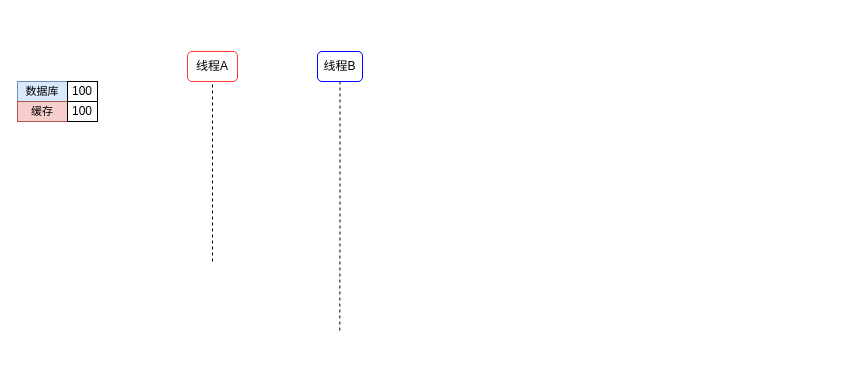
This is src/Java/Redis/未命名绘图.drawio from SihangXie/diagrams-app, a draw.io file, before an edit. Source tidied: cells renumbered, new cells numbered last; positions are measured from the earlier drawing's top-left corner, leaving out a move shared by most shapes. Both pictures are drawn from the tidied source at 100%, with x=0, y=0 at pixel (17, 51).
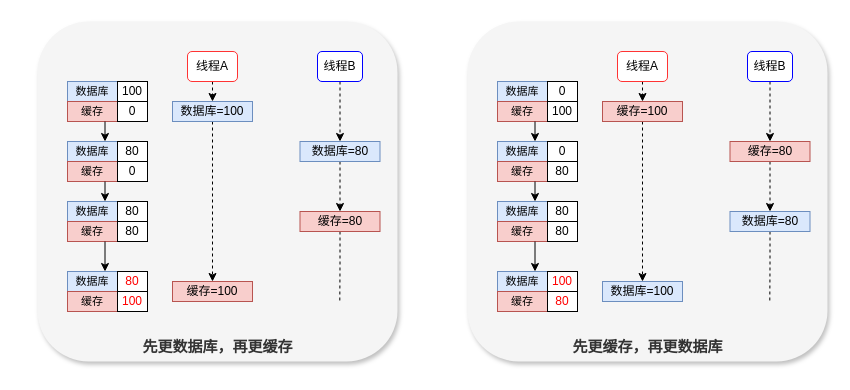
Above is the later version.

Commit message (it also covers changes not shown here):
更新未命名绘图.drawio

Unchanged cells that the change refers to:
```xml
<mxCell id="2" value="线程A" style="rounded=1;whiteSpace=wrap;html=1;strokeColor=#FF3333;" parent="1" vertex="1">
  <mxGeometry x="170" width="50" height="30" as="geometry" />
</mxCell>
<mxCell id="4" value="线程B" style="rounded=1;whiteSpace=wrap;html=1;strokeColor=#0000FF;" parent="1" vertex="1">
  <mxGeometry x="300" width="45" height="30" as="geometry" />
</mxCell>
<mxCell id="10" style="group;" parent="6" vertex="1">
  <mxGeometry y="20" width="80" height="20" as="geometry" />
</mxCell>
<mxCell id="12" value="&lt;font style=&quot;font-size: 11px;&quot;&gt;缓存&lt;/font&gt;" style="rounded=0;whiteSpace=wrap;html=1;fillColor=#f8cecc;strokeColor=#b85450;" parent="10" vertex="1">
  <mxGeometry width="50" height="20" as="geometry" />
</mxCell>
```

Change to the diagram source:
```diff
@@
+    <mxCell id="14" style="rounded=1;whiteSpace=wrap;html=1;fillColor=#f5f5f5;fontColor=#333333;strokeColor=none;shadow=1;" parent="1" vertex="1">
+      <mxGeometry x="20" y="-30" width="360" height="340" as="geometry" />
+    </mxCell>
+    <mxCell id="15" style="edgeStyle=orthogonalEdgeStyle;rounded=0;jettySize=auto;html=1;exitX=0.5;exitY=1;exitDx=0;exitDy=0;entryX=0.5;entryY=0;entryDx=0;entryDy=0;dashed=1;" parent="1" edge="1" source="2" target="18">
+      <mxGeometry relative="1" as="geometry" />
+    </mxCell>
@@
-    <mxCell id="3" style="edgeStyle=orthogonalEdgeStyle;rounded=0;jettySize=auto;html=1;exitX=0.5;exitY=1;exitDx=0;exitDy=0;endArrow=none;endFill=0;dashed=1;" parent="1" edge="1" source="4">
-      <mxGeometry relative="1" as="geometry">
-        <mxPoint x="322.3" y="280" as="targetPoint" />
-      </mxGeometry>
-    </mxCell>
+    <mxCell id="16" style="edgeStyle=orthogonalEdgeStyle;rounded=0;jettySize=auto;html=1;exitX=0.5;exitY=1;exitDx=0;exitDy=0;entryX=0.5;entryY=0;entryDx=0;entryDy=0;dashed=1;" parent="1" edge="1" source="4" target="21">
+      <mxGeometry relative="1" as="geometry" />
+    </mxCell>
@@
-    <mxCell id="5" style="endArrow=none;dashed=1;html=1;rounded=0;entryX=0.5;entryY=1;entryDx=0;entryDy=0;" parent="1" edge="1" target="2">
-      <mxGeometry relative="1" as="geometry">
-        <mxPoint x="195" y="210" as="sourcePoint" />
-      </mxGeometry>
-    </mxCell>
     <mxCell id="6" style="group;" parent="1" vertex="1">
-      <mxGeometry y="30" width="80" height="40" as="geometry" />
+      <mxGeometry x="50" y="30" width="80" height="40" as="geometry" />
     </mxCell>
@@
-    <mxCell id="13" value="100" style="rounded=0;whiteSpace=wrap;html=1;" parent="10" vertex="1">
+    <mxCell id="13" value="0" style="rounded=0;whiteSpace=wrap;html=1;" parent="10" vertex="1">
       <mxGeometry x="50" width="30" height="20" as="geometry" />
     </mxCell>
+    <mxCell id="17" style="edgeStyle=orthogonalEdgeStyle;rounded=0;jettySize=auto;html=1;exitX=0.5;exitY=1;exitDx=0;exitDy=0;entryX=0.5;entryY=0;entryDx=0;entryDy=0;dashed=1;" parent="1" edge="1" source="18" target="19">
+      <mxGeometry relative="1" as="geometry" />
+    </mxCell>
+    <mxCell id="18" value="数据库=100" style="rounded=0;whiteSpace=wrap;html=1;fillColor=#dae8fc;strokeColor=#6c8ebf;" parent="1" vertex="1">
+      <mxGeometry x="155" y="50" width="80" height="20" as="geometry" />
+    </mxCell>
+    <mxCell id="19" value="缓存=100" style="rounded=0;whiteSpace=wrap;html=1;fillColor=#f8cecc;strokeColor=#b85450;" parent="1" vertex="1">
+      <mxGeometry x="155" y="230" width="80" height="20" as="geometry" />
+    </mxCell>
+    <mxCell id="20" style="edgeStyle=orthogonalEdgeStyle;rounded=0;jettySize=auto;html=1;exitX=0.5;exitY=1;exitDx=0;exitDy=0;entryX=0.5;entryY=0;entryDx=0;entryDy=0;dashed=1;" parent="1" edge="1" source="21" target="23">
+      <mxGeometry relative="1" as="geometry" />
+    </mxCell>
+    <mxCell id="21" value="数据库=80" style="rounded=0;whiteSpace=wrap;html=1;fillColor=#dae8fc;strokeColor=#6c8ebf;" parent="1" vertex="1">
+      <mxGeometry x="282.5" y="90" width="80" height="20" as="geometry" />
+    </mxCell>
+    <mxCell id="22" style="edgeStyle=orthogonalEdgeStyle;rounded=0;jettySize=auto;html=1;exitX=0.5;exitY=1;exitDx=0;exitDy=0;dashed=1;endArrow=none;endFill=0;" parent="1" edge="1" source="23">
+      <mxGeometry relative="1" as="geometry">
+        <mxPoint x="322.3" y="250" as="targetPoint" />
+      </mxGeometry>
+    </mxCell>
+    <mxCell id="23" value="缓存=80" style="rounded=0;whiteSpace=wrap;html=1;fillColor=#f8cecc;strokeColor=#b85450;" parent="1" vertex="1">
+      <mxGeometry x="282.5" y="160" width="80" height="20" as="geometry" />
+    </mxCell>
+    <mxCell id="24" style="group;" parent="1" vertex="1">
+      <mxGeometry x="50" y="90" width="80" height="40" as="geometry" />
+    </mxCell>
+    <mxCell id="25" style="group;" parent="24" vertex="1">
+      <mxGeometry width="80" height="20" as="geometry" />
+    </mxCell>
+    <mxCell id="26" value="&lt;font style=&quot;font-size: 11px;&quot;&gt;数据库&lt;/font&gt;" style="rounded=0;whiteSpace=wrap;html=1;fillColor=#dae8fc;strokeColor=#6c8ebf;" parent="25" vertex="1">
+      <mxGeometry width="50" height="20" as="geometry" />
+    </mxCell>
+    <mxCell id="27" value="80" style="rounded=0;whiteSpace=wrap;html=1;" parent="25" vertex="1">
+      <mxGeometry x="50" width="30" height="20" as="geometry" />
+    </mxCell>
+    <mxCell id="28" style="group;" parent="24" vertex="1">
+      <mxGeometry y="20" width="80" height="20" as="geometry" />
+    </mxCell>
+    <mxCell id="29" style="group;fillColor=#f8cecc;strokeColor=#b85450;" parent="28" vertex="1">
+      <mxGeometry width="80" height="20" as="geometry" />
+    </mxCell>
+    <mxCell id="30" value="&lt;font style=&quot;font-size: 11px;&quot;&gt;缓存&lt;/font&gt;" style="rounded=0;whiteSpace=wrap;html=1;fillColor=#f8cecc;strokeColor=#b85450;" parent="28" vertex="1">
+      <mxGeometry width="50" height="20" as="geometry" />
+    </mxCell>
+    <mxCell id="31" value="0" style="rounded=0;whiteSpace=wrap;html=1;" parent="28" vertex="1">
+      <mxGeometry x="50" width="30" height="20" as="geometry" />
+    </mxCell>
+    <mxCell id="32" style="group;" parent="1" vertex="1">
+      <mxGeometry x="50" y="150" width="80" height="40" as="geometry" />
+    </mxCell>
+    <mxCell id="33" style="group;" parent="32" vertex="1">
+      <mxGeometry width="80" height="20" as="geometry" />
+    </mxCell>
+    <mxCell id="34" value="&lt;font style=&quot;font-size: 11px;&quot;&gt;数据库&lt;/font&gt;" style="rounded=0;whiteSpace=wrap;html=1;fillColor=#dae8fc;strokeColor=#6c8ebf;" parent="33" vertex="1">
+      <mxGeometry width="50" height="20" as="geometry" />
+    </mxCell>
+    <mxCell id="35" value="80" style="rounded=0;whiteSpace=wrap;html=1;" parent="33" vertex="1">
+      <mxGeometry x="50" width="30" height="20" as="geometry" />
+    </mxCell>
+    <mxCell id="36" style="group;" parent="32" vertex="1">
+      <mxGeometry y="20" width="80" height="20" as="geometry" />
+    </mxCell>
+    <mxCell id="37" style="group;fillColor=#f8cecc;strokeColor=#b85450;" parent="36" vertex="1">
+      <mxGeometry width="80" height="20" as="geometry" />
+    </mxCell>
+    <mxCell id="38" value="&lt;font style=&quot;font-size: 11px;&quot;&gt;缓存&lt;/font&gt;" style="rounded=0;whiteSpace=wrap;html=1;fillColor=#f8cecc;strokeColor=#b85450;" parent="36" vertex="1">
+      <mxGeometry width="50" height="20" as="geometry" />
+    </mxCell>
+    <mxCell id="39" value="80" style="rounded=0;whiteSpace=wrap;html=1;" parent="36" vertex="1">
+      <mxGeometry x="50" width="30" height="20" as="geometry" />
+    </mxCell>
+    <mxCell id="40" style="group;" parent="1" vertex="1">
+      <mxGeometry x="50" y="220" width="80" height="40" as="geometry" />
+    </mxCell>
+    <mxCell id="41" style="group;" parent="40" vertex="1">
+      <mxGeometry width="80" height="20" as="geometry" />
+    </mxCell>
+    <mxCell id="42" value="&lt;font style=&quot;font-size: 11px;&quot;&gt;数据库&lt;/font&gt;" style="rounded=0;whiteSpace=wrap;html=1;fillColor=#dae8fc;strokeColor=#6c8ebf;" parent="41" vertex="1">
+      <mxGeometry width="50" height="20" as="geometry" />
+    </mxCell>
+    <mxCell id="43" value="&lt;font color=&quot;#ff0000&quot;&gt;80&lt;/font&gt;" style="rounded=0;whiteSpace=wrap;html=1;" parent="41" vertex="1">
+      <mxGeometry x="50" width="30" height="20" as="geometry" />
+    </mxCell>
+    <mxCell id="44" style="group;" parent="40" vertex="1">
+      <mxGeometry y="20" width="80" height="20" as="geometry" />
+    </mxCell>
+    <mxCell id="45" style="group;fillColor=#f8cecc;strokeColor=#b85450;" parent="44" vertex="1">
+      <mxGeometry width="80" height="20" as="geometry" />
+    </mxCell>
+    <mxCell id="46" value="&lt;font style=&quot;font-size: 11px;&quot;&gt;缓存&lt;/font&gt;" style="rounded=0;whiteSpace=wrap;html=1;fillColor=#f8cecc;strokeColor=#b85450;" parent="44" vertex="1">
+      <mxGeometry width="50" height="20" as="geometry" />
+    </mxCell>
+    <mxCell id="47" value="&lt;font color=&quot;#ff0000&quot;&gt;100&lt;/font&gt;" style="rounded=0;whiteSpace=wrap;html=1;" parent="44" vertex="1">
+      <mxGeometry x="50" width="30" height="20" as="geometry" />
+    </mxCell>
+    <mxCell id="48" style="edgeStyle=orthogonalEdgeStyle;rounded=0;jettySize=auto;html=1;exitX=0.75;exitY=1;exitDx=0;exitDy=0;entryX=0.75;entryY=0;entryDx=0;entryDy=0;" parent="1" edge="1" source="12" target="26">
+      <mxGeometry relative="1" as="geometry" />
+    </mxCell>
+    <mxCell id="49" style="edgeStyle=orthogonalEdgeStyle;rounded=0;jettySize=auto;html=1;exitX=0.75;exitY=1;exitDx=0;exitDy=0;entryX=0.75;entryY=0;entryDx=0;entryDy=0;" parent="1" edge="1" source="30" target="34">
+      <mxGeometry relative="1" as="geometry" />
+    </mxCell>
+    <mxCell id="50" style="edgeStyle=orthogonalEdgeStyle;rounded=0;jettySize=auto;html=1;exitX=0.75;exitY=1;exitDx=0;exitDy=0;entryX=0.75;entryY=0;entryDx=0;entryDy=0;" parent="1" edge="1" source="38" target="42">
+      <mxGeometry relative="1" as="geometry" />
+    </mxCell>
+    <mxCell id="51" value="&lt;h4 style=&quot;box-sizing: border-box; break-after: avoid-page; break-inside: avoid; orphans: 4; font-size: 1.25em; margin-top: 1rem; margin-bottom: 1rem; position: relative; line-height: 1.4; cursor: text; outline: 0px; box-shadow: none; color: rgb(51, 51, 51); font-family: &amp;quot;Open Sans&amp;quot;, &amp;quot;Clear Sans&amp;quot;, &amp;quot;Helvetica Neue&amp;quot;, Helvetica, Arial, &amp;quot;Segoe UI Emoji&amp;quot;, sans-serif; text-align: start;&quot; class=&quot;md-end-block md-heading md-focus&quot;&gt;先更数据库，再更缓存&lt;/h4&gt;" style="text;html=1;strokeColor=none;fillColor=none;align=center;verticalAlign=middle;whiteSpace=wrap;rounded=0;" parent="1" vertex="1">
+      <mxGeometry x="112.5" y="280" width="175" height="30" as="geometry" />
+    </mxCell>
+    <mxCell id="52" style="rounded=1;whiteSpace=wrap;html=1;fillColor=#f5f5f5;fontColor=#333333;strokeColor=none;shadow=1;" parent="1" vertex="1">
+      <mxGeometry x="450" y="-30" width="360" height="340" as="geometry" />
+    </mxCell>
+    <mxCell id="53" style="edgeStyle=orthogonalEdgeStyle;rounded=0;jettySize=auto;html=1;exitX=0.5;exitY=1;exitDx=0;exitDy=0;entryX=0.5;entryY=0;entryDx=0;entryDy=0;dashed=1;" parent="1" edge="1" source="54" target="66">
+      <mxGeometry relative="1" as="geometry" />
+    </mxCell>
+    <mxCell id="54" value="线程A" style="rounded=1;whiteSpace=wrap;html=1;strokeColor=#FF3333;" parent="1" vertex="1">
+      <mxGeometry x="600" width="50" height="30" as="geometry" />
+    </mxCell>
+    <mxCell id="55" style="edgeStyle=orthogonalEdgeStyle;rounded=0;jettySize=auto;html=1;exitX=0.5;exitY=1;exitDx=0;exitDy=0;entryX=0.5;entryY=0;entryDx=0;entryDy=0;dashed=1;" parent="1" edge="1" source="56" target="69">
+      <mxGeometry relative="1" as="geometry" />
+    </mxCell>
+    <mxCell id="56" value="线程B" style="rounded=1;whiteSpace=wrap;html=1;strokeColor=#0000FF;" parent="1" vertex="1">
+      <mxGeometry x="730" width="45" height="30" as="geometry" />
+    </mxCell>
+    <mxCell id="57" style="group;" parent="1" vertex="1">
+      <mxGeometry x="480" y="30" width="80" height="40" as="geometry" />
+    </mxCell>
+    <mxCell id="58" style="group;" parent="57" vertex="1">
+      <mxGeometry width="80" height="20" as="geometry" />
+    </mxCell>
+    <mxCell id="59" value="&lt;font style=&quot;font-size: 11px;&quot;&gt;数据库&lt;/font&gt;" style="rounded=0;whiteSpace=wrap;html=1;fillColor=#dae8fc;strokeColor=#6c8ebf;" parent="58" vertex="1">
+      <mxGeometry width="50" height="20" as="geometry" />
+    </mxCell>
+    <mxCell id="60" value="0" style="rounded=0;whiteSpace=wrap;html=1;" parent="58" vertex="1">
+      <mxGeometry x="50" width="30" height="20" as="geometry" />
+    </mxCell>
+    <mxCell id="61" style="group;" parent="57" vertex="1">
+      <mxGeometry y="20" width="80" height="20" as="geometry" />
+    </mxCell>
+    <mxCell id="62" style="group;fillColor=#f8cecc;strokeColor=#b85450;" parent="61" vertex="1">
+      <mxGeometry width="80" height="20" as="geometry" />
+    </mxCell>
+    <mxCell id="63" value="&lt;font style=&quot;font-size: 11px;&quot;&gt;缓存&lt;/font&gt;" style="rounded=0;whiteSpace=wrap;html=1;fillColor=#f8cecc;strokeColor=#b85450;" parent="61" vertex="1">
+      <mxGeometry width="50" height="20" as="geometry" />
+    </mxCell>
+    <mxCell id="64" value="100" style="rounded=0;whiteSpace=wrap;html=1;" parent="61" vertex="1">
+      <mxGeometry x="50" width="30" height="20" as="geometry" />
+    </mxCell>
+    <mxCell id="65" style="edgeStyle=orthogonalEdgeStyle;rounded=0;jettySize=auto;html=1;exitX=0.5;exitY=1;exitDx=0;exitDy=0;entryX=0.5;entryY=0;entryDx=0;entryDy=0;dashed=1;" parent="1" edge="1" source="66" target="67">
+      <mxGeometry relative="1" as="geometry" />
+    </mxCell>
+    <mxCell id="66" value="缓存=100" style="rounded=0;whiteSpace=wrap;html=1;fillColor=#f8cecc;strokeColor=#b85450;" parent="1" vertex="1">
+      <mxGeometry x="585" y="50" width="80" height="20" as="geometry" />
+    </mxCell>
+    <mxCell id="67" value="数据库=100" style="rounded=0;whiteSpace=wrap;html=1;fillColor=#dae8fc;strokeColor=#6c8ebf;" parent="1" vertex="1">
+      <mxGeometry x="585" y="230" width="80" height="20" as="geometry" />
+    </mxCell>
+    <mxCell id="68" style="edgeStyle=orthogonalEdgeStyle;rounded=0;jettySize=auto;html=1;exitX=0.5;exitY=1;exitDx=0;exitDy=0;entryX=0.5;entryY=0;entryDx=0;entryDy=0;dashed=1;" parent="1" edge="1" source="69" target="71">
+      <mxGeometry relative="1" as="geometry" />
+    </mxCell>
+    <mxCell id="69" value="缓存=80" style="rounded=0;whiteSpace=wrap;html=1;fillColor=#f8cecc;strokeColor=#b85450;" parent="1" vertex="1">
+      <mxGeometry x="712.5" y="90" width="80" height="20" as="geometry" />
+    </mxCell>
+    <mxCell id="70" style="edgeStyle=orthogonalEdgeStyle;rounded=0;jettySize=auto;html=1;exitX=0.5;exitY=1;exitDx=0;exitDy=0;dashed=1;endArrow=none;endFill=0;" parent="1" edge="1" source="71">
+      <mxGeometry relative="1" as="geometry">
+        <mxPoint x="752.3" y="250" as="targetPoint" />
+      </mxGeometry>
+    </mxCell>
+    <mxCell id="71" value="数据库=80" style="rounded=0;whiteSpace=wrap;html=1;fillColor=#dae8fc;strokeColor=#6c8ebf;" parent="1" vertex="1">
+      <mxGeometry x="712.5" y="160" width="80" height="20" as="geometry" />
+    </mxCell>
+    <mxCell id="72" style="group;" parent="1" vertex="1">
+      <mxGeometry x="480" y="90" width="80" height="40" as="geometry" />
+    </mxCell>
+    <mxCell id="73" style="group;" parent="72" vertex="1">
+      <mxGeometry width="80" height="20" as="geometry" />
+    </mxCell>
+    <mxCell id="74" value="&lt;font style=&quot;font-size: 11px;&quot;&gt;数据库&lt;/font&gt;" style="rounded=0;whiteSpace=wrap;html=1;fillColor=#dae8fc;strokeColor=#6c8ebf;" parent="73" vertex="1">
+      <mxGeometry width="50" height="20" as="geometry" />
+    </mxCell>
+    <mxCell id="75" value="0" style="rounded=0;whiteSpace=wrap;html=1;" parent="73" vertex="1">
+      <mxGeometry x="50" width="30" height="20" as="geometry" />
+    </mxCell>
+    <mxCell id="76" style="group;" parent="72" vertex="1">
+      <mxGeometry y="20" width="80" height="20" as="geometry" />
+    </mxCell>
+    <mxCell id="77" style="group;fillColor=#f8cecc;strokeColor=#b85450;" parent="76" vertex="1">
+      <mxGeometry width="80" height="20" as="geometry" />
+    </mxCell>
+    <mxCell id="78" value="&lt;font style=&quot;font-size: 11px;&quot;&gt;缓存&lt;/font&gt;" style="rounded=0;whiteSpace=wrap;html=1;fillColor=#f8cecc;strokeColor=#b85450;" parent="76" vertex="1">
+      <mxGeometry width="50" height="20" as="geometry" />
+    </mxCell>
+    <mxCell id="79" value="80" style="rounded=0;whiteSpace=wrap;html=1;" parent="76" vertex="1">
+      <mxGeometry x="50" width="30" height="20" as="geometry" />
+    </mxCell>
+    <mxCell id="80" style="group;" parent="1" vertex="1">
+      <mxGeometry x="480" y="150" width="80" height="40" as="geometry" />
+    </mxCell>
+    <mxCell id="81" style="group;" parent="80" vertex="1">
+      <mxGeometry width="80" height="20" as="geometry" />
+    </mxCell>
+    <mxCell id="82" value="&lt;font style=&quot;font-size: 11px;&quot;&gt;数据库&lt;/font&gt;" style="rounded=0;whiteSpace=wrap;html=1;fillColor=#dae8fc;strokeColor=#6c8ebf;" parent="81" vertex="1">
+      <mxGeometry width="50" height="20" as="geometry" />
+    </mxCell>
+    <mxCell id="83" value="80" style="rounded=0;whiteSpace=wrap;html=1;" parent="81" vertex="1">
+      <mxGeometry x="50" width="30" height="20" as="geometry" />
+    </mxCell>
+    <mxCell id="84" style="group;" parent="80" vertex="1">
+      <mxGeometry y="20" width="80" height="20" as="geometry" />
+    </mxCell>
+    <mxCell id="85" style="group;fillColor=#f8cecc;strokeColor=#b85450;" parent="84" vertex="1">
+      <mxGeometry width="80" height="20" as="geometry" />
+    </mxCell>
+    <mxCell id="86" value="&lt;font style=&quot;font-size: 11px;&quot;&gt;缓存&lt;/font&gt;" style="rounded=0;whiteSpace=wrap;html=1;fillColor=#f8cecc;strokeColor=#b85450;" parent="84" vertex="1">
+      <mxGeometry width="50" height="20" as="geometry" />
+    </mxCell>
+    <mxCell id="87" value="80" style="rounded=0;whiteSpace=wrap;html=1;" parent="84" vertex="1">
+      <mxGeometry x="50" width="30" height="20" as="geometry" />
+    </mxCell>
+    <mxCell id="88" style="group;" parent="1" vertex="1">
+      <mxGeometry x="480" y="220" width="80" height="40" as="geometry" />
+    </mxCell>
+    <mxCell id="89" style="group;" parent="88" vertex="1">
+      <mxGeometry width="80" height="20" as="geometry" />
+    </mxCell>
+    <mxCell id="90" value="&lt;font style=&quot;font-size: 11px;&quot;&gt;数据库&lt;/font&gt;" style="rounded=0;whiteSpace=wrap;html=1;fillColor=#dae8fc;strokeColor=#6c8ebf;" parent="89" vertex="1">
+      <mxGeometry width="50" height="20" as="geometry" />
+    </mxCell>
+    <mxCell id="91" value="&lt;font color=&quot;#ff0000&quot;&gt;100&lt;/font&gt;" style="rounded=0;whiteSpace=wrap;html=1;" parent="89" vertex="1">
+      <mxGeometry x="50" width="30" height="20" as="geometry" />
+    </mxCell>
+    <mxCell id="92" style="group;" parent="88" vertex="1">
+      <mxGeometry y="20" width="80" height="20" as="geometry" />
+    </mxCell>
+    <mxCell id="93" style="group;fillColor=#f8cecc;strokeColor=#b85450;" parent="92" vertex="1">
+      <mxGeometry width="80" height="20" as="geometry" />
+    </mxCell>
+    <mxCell id="94" value="&lt;font style=&quot;font-size: 11px;&quot;&gt;缓存&lt;/font&gt;" style="rounded=0;whiteSpace=wrap;html=1;fillColor=#f8cecc;strokeColor=#b85450;" parent="92" vertex="1">
+      <mxGeometry width="50" height="20" as="geometry" />
+    </mxCell>
+    <mxCell id="95" value="&lt;font color=&quot;#ff0000&quot;&gt;80&lt;/font&gt;" style="rounded=0;whiteSpace=wrap;html=1;" parent="92" vertex="1">
+      <mxGeometry x="50" width="30" height="20" as="geometry" />
+    </mxCell>
+    <mxCell id="96" style="edgeStyle=orthogonalEdgeStyle;rounded=0;jettySize=auto;html=1;exitX=0.75;exitY=1;exitDx=0;exitDy=0;entryX=0.75;entryY=0;entryDx=0;entryDy=0;" parent="1" edge="1" source="63" target="74">
+      <mxGeometry relative="1" as="geometry" />
+    </mxCell>
+    <mxCell id="97" style="edgeStyle=orthogonalEdgeStyle;rounded=0;jettySize=auto;html=1;exitX=0.75;exitY=1;exitDx=0;exitDy=0;entryX=0.75;entryY=0;entryDx=0;entryDy=0;" parent="1" edge="1" source="78" target="82">
+      <mxGeometry relative="1" as="geometry" />
+    </mxCell>
+    <mxCell id="98" style="edgeStyle=orthogonalEdgeStyle;rounded=0;jettySize=auto;html=1;exitX=0.75;exitY=1;exitDx=0;exitDy=0;entryX=0.75;entryY=0;entryDx=0;entryDy=0;" parent="1" edge="1" source="86" target="90">
+      <mxGeometry relative="1" as="geometry" />
+    </mxCell>
+    <mxCell id="99" value="&lt;h4 style=&quot;box-sizing: border-box; break-after: avoid-page; break-inside: avoid; orphans: 4; font-size: 1.25em; margin-top: 1rem; margin-bottom: 1rem; position: relative; line-height: 1.4; cursor: text; outline: 0px; box-shadow: none; color: rgb(51, 51, 51); font-family: &amp;quot;Open Sans&amp;quot;, &amp;quot;Clear Sans&amp;quot;, &amp;quot;Helvetica Neue&amp;quot;, Helvetica, Arial, &amp;quot;Segoe UI Emoji&amp;quot;, sans-serif; text-align: start;&quot; class=&quot;md-end-block md-heading md-focus&quot;&gt;先更缓存，再更数据库&lt;/h4&gt;" style="text;html=1;strokeColor=none;fillColor=none;align=center;verticalAlign=middle;whiteSpace=wrap;rounded=0;" parent="1" vertex="1">
+      <mxGeometry x="542.5" y="280" width="175" height="30" as="geometry" />
+    </mxCell>
```
